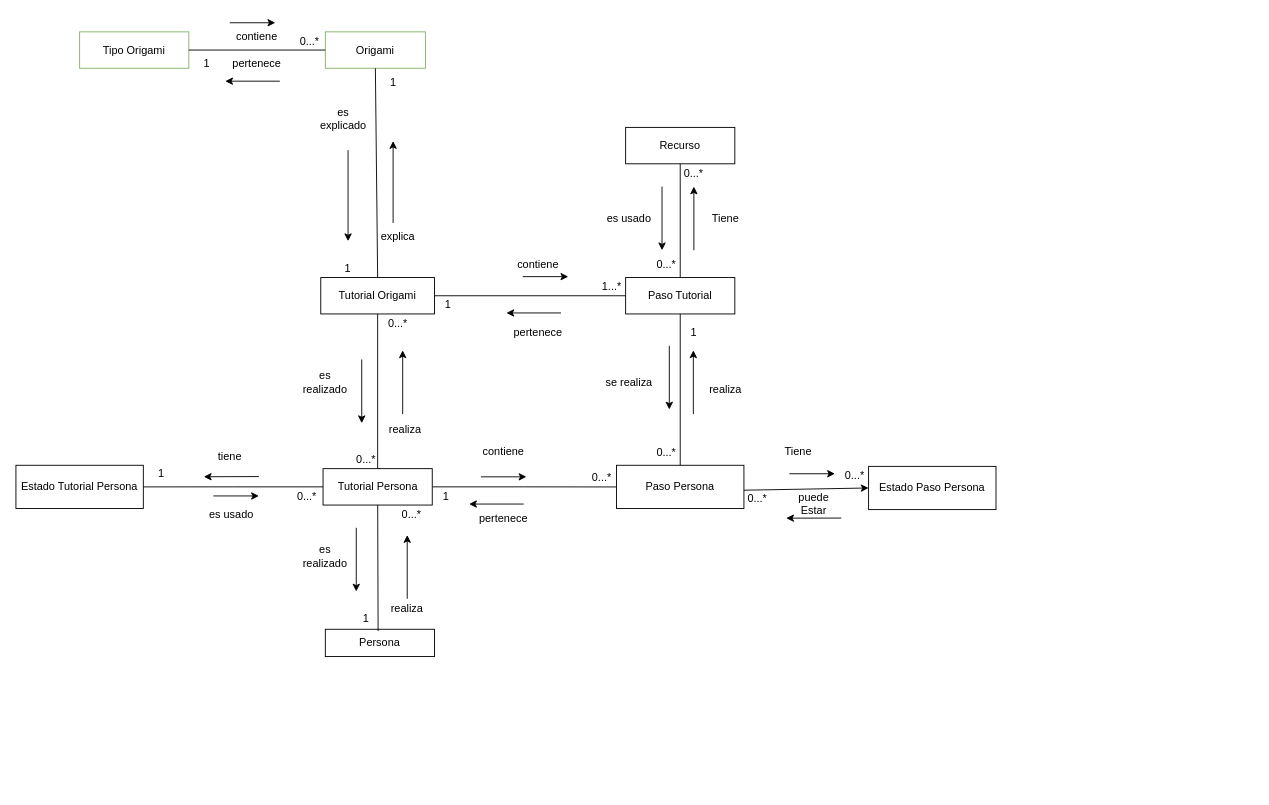
Above: ModeloDeDominio3D.drawio in andrescastillo1996/documentacionMundoOrigami (draw.io), before the change. Source tidied: cells renumbered, new cells numbered last; positions are measured from the earlier drawing's top-left corner, leaving out a move shared by most shapes. Both pictures are drawn from the tidied source at 91%, with x=0, y=0 at pixel (15, 23).
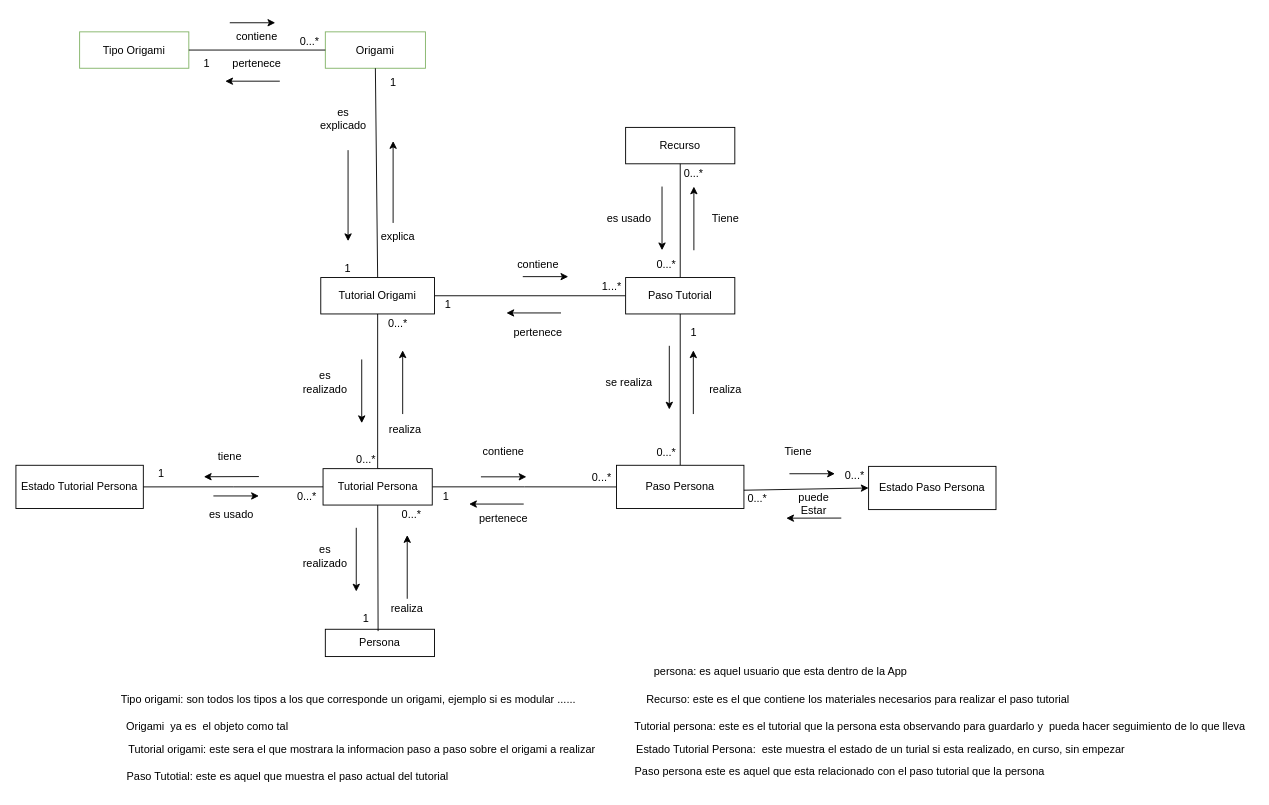
Above is the later version.

Change to the diagram source:
```diff
@@
+    <mxCell id="83" value="Tipo origami: son todos los tipos a los que corresponde un origami, ejemplo si es modular ......" style="text;html=1;align=center;verticalAlign=middle;strokeColor=none;fillColor=none;" parent="1" vertex="1">
+      <mxGeometry x="105" y="728" width="520" height="30" as="geometry" />
+    </mxCell>
+    <mxCell id="84" value="Origami&amp;nbsp; ya es&amp;nbsp; el objeto como tal" style="text;html=1;align=center;verticalAlign=middle;strokeColor=none;fillColor=none;" parent="1" vertex="1">
+      <mxGeometry x="110" y="758" width="200" height="30" as="geometry" />
+    </mxCell>
+    <mxCell id="85" value="Tutorial origami: este sera el que mostrara la informacion paso a paso sobre el origami a realizar" style="text;html=1;align=center;verticalAlign=middle;strokeColor=none;fillColor=none;" parent="1" vertex="1">
+      <mxGeometry x="110" y="783" width="540" height="30" as="geometry" />
+    </mxCell>
+    <mxCell id="86" value="Paso Tutotial: este es aquel que muestra el paso actual del tutorial&amp;nbsp;" style="text;html=1;align=center;verticalAlign=middle;strokeColor=none;fillColor=none;" parent="1" vertex="1">
+      <mxGeometry x="110" y="813" width="380" height="30" as="geometry" />
+    </mxCell>
+    <mxCell id="87" value="Recurso: este es el que contiene los materiales necesarios para realizar el paso tutorial" style="text;html=1;align=center;verticalAlign=middle;strokeColor=none;fillColor=none;" parent="1" vertex="1">
+      <mxGeometry x="680" y="728" width="490" height="30" as="geometry" />
+    </mxCell>
+    <mxCell id="88" value="Tutorial persona: este es el tutorial que la persona esta observando para guardarlo y&amp;nbsp; pueda hacer seguimiento de lo que lleva" style="text;html=1;align=center;verticalAlign=middle;strokeColor=none;fillColor=none;" parent="1" vertex="1">
+      <mxGeometry x="670" y="758" width="690" height="30" as="geometry" />
+    </mxCell>
+    <mxCell id="89" value="Estado Tutorial Persona:&amp;nbsp; este muestra el estado de un turial si esta realizado, en curso, sin empezar" style="text;html=1;align=center;verticalAlign=middle;strokeColor=none;fillColor=none;" parent="1" vertex="1">
+      <mxGeometry x="670" y="783" width="560" height="30" as="geometry" />
+    </mxCell>
+    <mxCell id="90" value="Paso persona este es aquel que esta relacionado con el paso tutorial que la persona" style="text;html=1;align=center;verticalAlign=middle;strokeColor=none;fillColor=none;" parent="1" vertex="1">
+      <mxGeometry x="670" y="808" width="470" height="30" as="geometry" />
+    </mxCell>
+    <mxCell id="91" value="persona: es aquel usuario que esta dentro de la App" style="text;html=1;align=center;verticalAlign=middle;strokeColor=none;fillColor=none;" parent="1" vertex="1">
+      <mxGeometry x="690" y="698" width="300" height="30" as="geometry" />
+    </mxCell>
```
